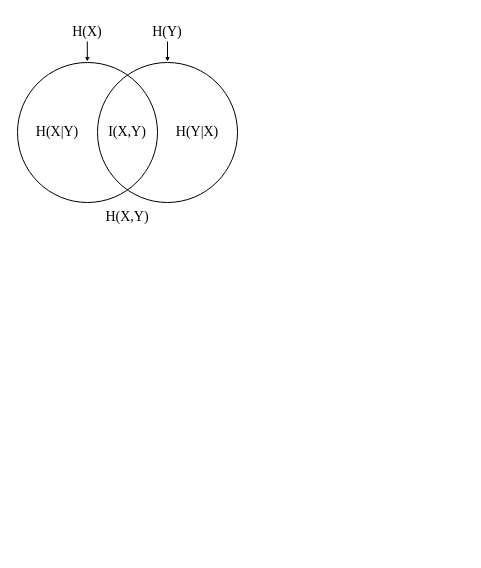
This is mi.drawio from qn-wu/mall, a draw.io file, before an edit. Source tidied: cells renumbered, new cells numbered last; positions are measured from the earlier drawing's top-left corner, leaving out a move shared by most shapes. Both pictures are drawn from the tidied source at 100%, with x=0, y=0 at pixel (17, 17).
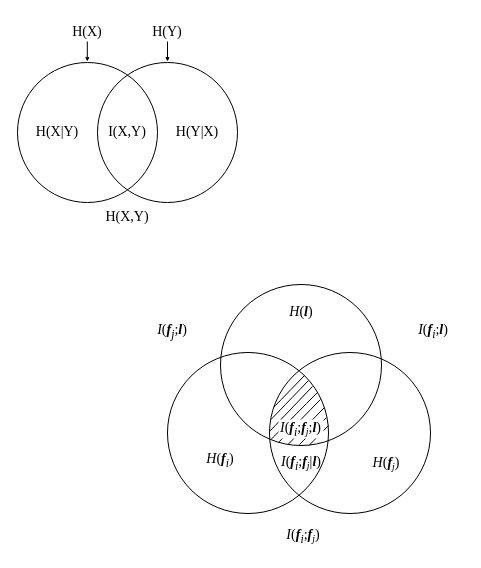
The same page after the edit.

The edit, as a diff of the source:
```diff
@@
+    <mxCell id="12" style="ellipse;whiteSpace=wrap;html=1;fillColor=none;" parent="1" vertex="1">
+      <mxGeometry x="252" y="335" width="161" height="161" as="geometry" />
+    </mxCell>
+    <mxCell id="13" style="ellipse;whiteSpace=wrap;html=1;fillColor=none;" parent="1" vertex="1">
+      <mxGeometry x="150" y="335" width="161" height="161" as="geometry" />
+    </mxCell>
@@
+    <mxCell id="14" style="ellipse;whiteSpace=wrap;html=1;fillColor=none;" parent="1" vertex="1">
+      <mxGeometry x="203" y="267" width="161" height="161" as="geometry" />
+    </mxCell>
+    <mxCell id="15" value="&lt;font face=&quot;Times New Roman&quot; style=&quot;font-size: 14px&quot;&gt;&lt;i&gt;H&lt;/i&gt;(&lt;b style=&quot;font-style: italic&quot;&gt;l&lt;/b&gt;)&lt;/font&gt;" style="text;html=1;strokeColor=none;fillColor=none;align=center;verticalAlign=middle;whiteSpace=wrap;rounded=0;" parent="1" vertex="1">
+      <mxGeometry x="253.5" y="280" width="60" height="30" as="geometry" />
+    </mxCell>
+    <mxCell id="16" value="&lt;font face=&quot;Times New Roman&quot; style=&quot;font-size: 14px&quot;&gt;&lt;i&gt;H&lt;/i&gt;(&lt;b style=&quot;font-style: italic&quot;&gt;f&lt;/b&gt;&lt;sub style=&quot;font-style: italic&quot;&gt;i&lt;/sub&gt;)&lt;/font&gt;" style="text;html=1;strokeColor=none;fillColor=none;align=center;verticalAlign=middle;whiteSpace=wrap;rounded=0;" parent="1" vertex="1">
+      <mxGeometry x="173" y="428" width="60" height="30" as="geometry" />
+    </mxCell>
+    <mxCell id="17" value="&lt;font face=&quot;Times New Roman&quot;&gt;&lt;span style=&quot;font-size: 14px&quot;&gt;&lt;i&gt;H&lt;/i&gt;(&lt;/span&gt;&lt;span style=&quot;font-style: italic ; font-weight: bold ; font-size: 14px&quot;&gt;f&lt;/span&gt;&lt;span style=&quot;font-style: italic ; font-size: 11.6667px&quot;&gt;&lt;sub&gt;j&lt;/sub&gt;&lt;/span&gt;&lt;span style=&quot;font-size: 14px&quot;&gt;)&lt;/span&gt;&lt;/font&gt;" style="text;html=1;strokeColor=none;fillColor=none;align=center;verticalAlign=middle;whiteSpace=wrap;rounded=0;" parent="1" vertex="1">
+      <mxGeometry x="339" y="431" width="60" height="30" as="geometry" />
+    </mxCell>
+    <mxCell id="18" value="&lt;font face=&quot;Times New Roman&quot; style=&quot;font-size: 14px&quot;&gt;&lt;i&gt;I&lt;/i&gt;(&lt;b style=&quot;font-style: italic&quot;&gt;f&lt;/b&gt;&lt;sub style=&quot;font-style: italic&quot;&gt;i&lt;/sub&gt;;&lt;i style=&quot;font-weight: bold&quot;&gt;l&lt;/i&gt;)&lt;/font&gt;" style="text;html=1;strokeColor=none;fillColor=none;align=center;verticalAlign=middle;whiteSpace=wrap;rounded=0;" parent="1" vertex="1">
+      <mxGeometry x="386" y="299" width="60" height="30" as="geometry" />
+    </mxCell>
+    <mxCell id="19" value="&lt;font face=&quot;Times New Roman&quot; style=&quot;font-size: 14px&quot;&gt;&lt;i&gt;I&lt;/i&gt;(&lt;b style=&quot;font-style: italic&quot;&gt;f&lt;/b&gt;&lt;sub style=&quot;font-style: italic&quot;&gt;j&lt;/sub&gt;;&lt;i style=&quot;font-weight: bold&quot;&gt;l&lt;/i&gt;)&lt;/font&gt;" style="text;html=1;strokeColor=none;fillColor=none;align=center;verticalAlign=middle;whiteSpace=wrap;rounded=0;" parent="1" vertex="1">
+      <mxGeometry x="125" y="299" width="60" height="30" as="geometry" />
+    </mxCell>
+    <mxCell id="20" value="&lt;font face=&quot;Times New Roman&quot; style=&quot;font-size: 14px&quot;&gt;&lt;i&gt;I&lt;/i&gt;(&lt;b style=&quot;font-style: italic&quot;&gt;f&lt;/b&gt;&lt;sub style=&quot;font-style: italic&quot;&gt;i&lt;/sub&gt;;&lt;/font&gt;&lt;b style=&quot;font-family: &amp;#34;times new roman&amp;#34; ; font-size: 14px ; font-style: italic&quot;&gt;f&lt;/b&gt;&lt;sub style=&quot;font-family: &amp;#34;times new roman&amp;#34; ; font-style: italic&quot;&gt;j&lt;/sub&gt;&lt;font face=&quot;Times New Roman&quot; style=&quot;font-size: 14px&quot;&gt;)&lt;/font&gt;" style="text;html=1;strokeColor=none;fillColor=none;align=center;verticalAlign=middle;whiteSpace=wrap;rounded=0;" parent="1" vertex="1">
+      <mxGeometry x="256" y="504" width="60" height="30" as="geometry" />
+    </mxCell>
+    <mxCell id="21" value="&lt;font face=&quot;Times New Roman&quot; style=&quot;font-size: 14px&quot;&gt;&lt;i&gt;I&lt;/i&gt;(&lt;b style=&quot;font-style: italic&quot;&gt;f&lt;/b&gt;&lt;sub style=&quot;font-style: italic&quot;&gt;i&lt;/sub&gt;;&lt;/font&gt;&lt;b style=&quot;font-family: &amp;#34;times new roman&amp;#34; ; font-size: 14px ; font-style: italic&quot;&gt;f&lt;/b&gt;&lt;sub style=&quot;font-family: &amp;#34;times new roman&amp;#34; ; font-style: italic&quot;&gt;j&lt;/sub&gt;&lt;span style=&quot;font-family: &amp;#34;times new roman&amp;#34; ; font-size: 14px&quot;&gt;|&lt;/span&gt;&lt;i style=&quot;font-family: &amp;#34;times new roman&amp;#34; ; font-size: 14px ; font-weight: bold&quot;&gt;l&lt;/i&gt;&lt;font face=&quot;Times New Roman&quot; style=&quot;font-size: 14px&quot;&gt;)&lt;/font&gt;" style="text;html=1;strokeColor=none;fillColor=none;align=center;verticalAlign=middle;whiteSpace=wrap;rounded=0;" parent="1" vertex="1">
+      <mxGeometry x="244.5" y="431" width="78" height="30" as="geometry" />
+    </mxCell>
+    <mxCell id="22" style="endArrow=none;html=1;rounded=0;sketch=0;hachureGap=4;fontFamily=Architects Daughter;fontSize=16;startSize=14;endSize=14;sourcePerimeterSpacing=8;targetPerimeterSpacing=8;curved=1;" parent="1" edge="1">
+      <mxGeometry relative="1" as="geometry">
+        <mxPoint x="256" y="390" as="sourcePoint" />
+        <mxPoint x="287" y="358" as="targetPoint" />
+      </mxGeometry>
+    </mxCell>
+    <mxCell id="23" style="endArrow=none;html=1;rounded=0;sketch=0;hachureGap=4;fontFamily=Architects Daughter;fontSize=16;startSize=14;endSize=14;sourcePerimeterSpacing=8;targetPerimeterSpacing=8;curved=1;" parent="1" edge="1">
+      <mxGeometry relative="1" as="geometry">
+        <mxPoint x="253.5" y="402" as="sourcePoint" />
+        <mxPoint x="291" y="363" as="targetPoint" />
+      </mxGeometry>
+    </mxCell>
+    <mxCell id="24" style="endArrow=none;html=1;rounded=0;sketch=0;hachureGap=4;fontFamily=Architects Daughter;fontSize=16;startSize=14;endSize=14;sourcePerimeterSpacing=8;targetPerimeterSpacing=8;curved=1;entryX=0.571;entryY=0.634;entryDx=0;entryDy=0;entryPerimeter=0;" parent="1" edge="1" target="14">
+      <mxGeometry relative="1" as="geometry">
+        <mxPoint x="252" y="414" as="sourcePoint" />
+      </mxGeometry>
+    </mxCell>
+    <mxCell id="25" style="endArrow=none;html=1;rounded=0;sketch=0;hachureGap=4;fontFamily=Architects Daughter;fontSize=16;startSize=14;endSize=14;sourcePerimeterSpacing=8;targetPerimeterSpacing=8;curved=1;entryX=0.602;entryY=0.677;entryDx=0;entryDy=0;entryPerimeter=0;" parent="1" edge="1">
+      <mxGeometry relative="1" as="geometry">
+        <mxPoint x="253.5" y="422" as="sourcePoint" />
+        <mxPoint x="299.9" y="375" as="targetPoint" />
+      </mxGeometry>
+    </mxCell>
+    <mxCell id="26" style="endArrow=none;html=1;rounded=0;sketch=0;hachureGap=4;fontFamily=Architects Daughter;fontSize=16;startSize=14;endSize=14;sourcePerimeterSpacing=8;targetPerimeterSpacing=8;curved=1;entryX=0.621;entryY=0.714;entryDx=0;entryDy=0;entryPerimeter=0;" parent="1" edge="1" target="14">
+      <mxGeometry relative="1" as="geometry">
+        <mxPoint x="261" y="425" as="sourcePoint" />
+      </mxGeometry>
+    </mxCell>
+    <mxCell id="27" style="endArrow=none;html=1;rounded=0;sketch=0;hachureGap=4;fontFamily=Architects Daughter;fontSize=16;startSize=14;endSize=14;sourcePerimeterSpacing=8;targetPerimeterSpacing=8;curved=1;entryX=0.646;entryY=0.77;entryDx=0;entryDy=0;entryPerimeter=0;" parent="1" edge="1">
+      <mxGeometry relative="1" as="geometry">
+        <mxPoint x="270.5" y="427" as="sourcePoint" />
+        <mxPoint x="307" y="390" as="targetPoint" />
+      </mxGeometry>
+    </mxCell>
+    <mxCell id="28" style="endArrow=none;html=1;rounded=0;sketch=0;hachureGap=4;fontFamily=Architects Daughter;fontSize=16;startSize=14;endSize=14;sourcePerimeterSpacing=8;targetPerimeterSpacing=8;curved=1;" parent="1" edge="1">
+      <mxGeometry relative="1" as="geometry">
+        <mxPoint x="282" y="427" as="sourcePoint" />
+        <mxPoint x="309" y="400" as="targetPoint" />
+      </mxGeometry>
+    </mxCell>
+    <mxCell id="29" style="endArrow=none;html=1;rounded=0;sketch=0;hachureGap=4;fontFamily=Architects Daughter;fontSize=16;startSize=14;endSize=14;sourcePerimeterSpacing=8;targetPerimeterSpacing=8;curved=1;" parent="1" edge="1">
+      <mxGeometry relative="1" as="geometry">
+        <mxPoint x="291.5" y="428" as="sourcePoint" />
+        <mxPoint x="311" y="408" as="targetPoint" />
+      </mxGeometry>
+    </mxCell>
+    <mxCell id="30" value="&lt;font face=&quot;Times New Roman&quot; style=&quot;font-size: 14px&quot;&gt;&lt;i&gt;I&lt;/i&gt;(&lt;b style=&quot;font-style: italic&quot;&gt;f&lt;/b&gt;&lt;sub style=&quot;font-style: italic&quot;&gt;i&lt;/sub&gt;;&lt;/font&gt;&lt;b style=&quot;font-family: &amp;#34;times new roman&amp;#34; ; font-size: 14px ; font-style: italic&quot;&gt;f&lt;/b&gt;&lt;sub style=&quot;font-family: &amp;#34;times new roman&amp;#34; ; font-style: italic&quot;&gt;j&lt;/sub&gt;&lt;span style=&quot;font-family: &amp;#34;times new roman&amp;#34; ; font-size: 14px&quot;&gt;;&lt;/span&gt;&lt;i style=&quot;font-family: &amp;#34;times new roman&amp;#34; ; font-size: 14px ; font-weight: bold&quot;&gt;l&lt;/i&gt;&lt;font face=&quot;Times New Roman&quot; style=&quot;font-size: 14px&quot;&gt;)&lt;/font&gt;" style="text;html=1;strokeColor=none;fillColor=default;align=center;verticalAlign=middle;whiteSpace=wrap;rounded=0;" parent="1" vertex="1">
+      <mxGeometry x="261" y="402" width="45" height="19" as="geometry" />
+    </mxCell>
```
